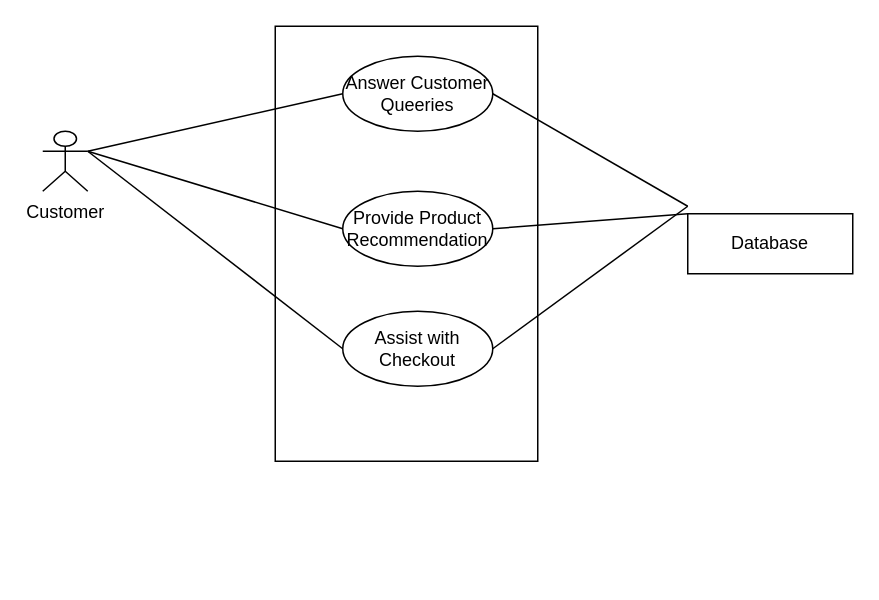
Before: Software-Requirement-Specification/Use-Case-Diagrams/Level-1.6.drawio in fiercePanda007/SPL2-EcommerceWebApp, a draw.io diagram. Source tidied: cells renumbered, new cells numbered last; positions are measured from the earlier drawing's top-left corner, leaving out a move shared by most shapes. Both pictures are drawn from the tidied source at 150%, with x=0, y=0 at pixel (42, 26).
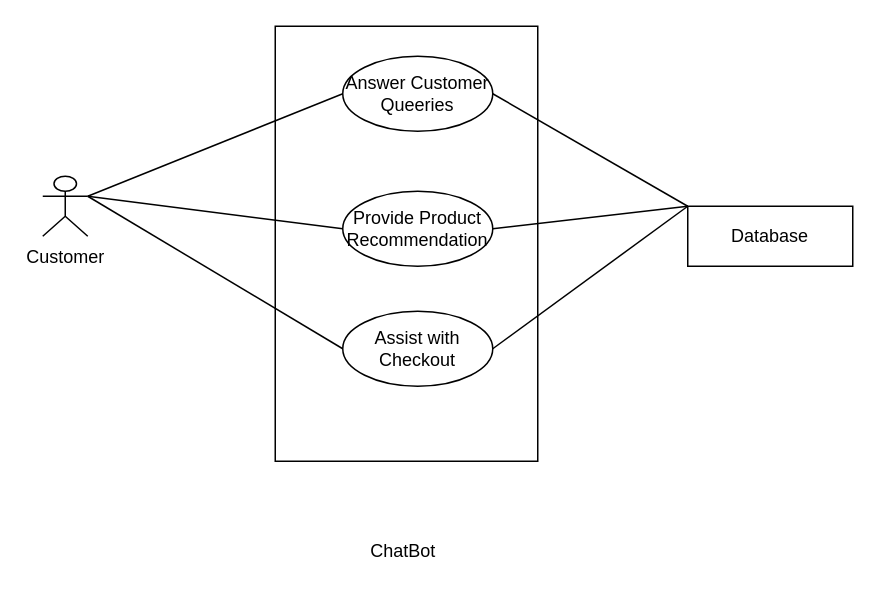
Above is the later version.

Diff of the diagram source:
```diff
@@
 <mxGraphModel>
   <root>
     <mxCell id="0" />
     <mxCell id="1" parent="0" />
     <mxCell id="2" style="rounded=0;whiteSpace=wrap;html=1;" parent="1" vertex="1">
       <mxGeometry x="155" width="175" height="290" as="geometry" />
     </mxCell>
     <mxCell id="3" style="edgeStyle=none;html=1;exitX=1;exitY=0.5;exitDx=0;exitDy=0;endArrow=none;endFill=0;" parent="1" edge="1" source="4">
       <mxGeometry relative="1" as="geometry">
         <mxPoint x="430" y="120" as="targetPoint" />
       </mxGeometry>
     </mxCell>
     <mxCell id="4" value="Answer Customer Queeries" style="ellipse;whiteSpace=wrap;html=1;" parent="1" vertex="1">
       <mxGeometry x="200" y="20" width="100" height="50" as="geometry" />
     </mxCell>
     <mxCell id="5" style="edgeStyle=none;html=1;exitX=1;exitY=0.5;exitDx=0;exitDy=0;entryX=0;entryY=0;entryDx=0;entryDy=0;endArrow=none;endFill=0;" parent="1" edge="1" source="6" target="13">
       <mxGeometry relative="1" as="geometry" />
     </mxCell>
     <mxCell id="6" value="Provide Product Recommendation" style="ellipse;whiteSpace=wrap;html=1;" parent="1" vertex="1">
       <mxGeometry x="200" y="110" width="100" height="50" as="geometry" />
     </mxCell>
     <mxCell id="7" style="edgeStyle=none;html=1;exitX=1;exitY=0.5;exitDx=0;exitDy=0;endArrow=none;endFill=0;" parent="1" edge="1" source="8">
       <mxGeometry relative="1" as="geometry">
         <mxPoint x="430" y="120" as="targetPoint" />
       </mxGeometry>
     </mxCell>
     <mxCell id="8" value="Assist with Checkout" style="ellipse;whiteSpace=wrap;html=1;" parent="1" vertex="1">
       <mxGeometry x="200" y="190" width="100" height="50" as="geometry" />
     </mxCell>
     <mxCell id="9" style="edgeStyle=none;html=1;exitX=1;exitY=0.3333333333333333;exitDx=0;exitDy=0;exitPerimeter=0;entryX=0;entryY=0.5;entryDx=0;entryDy=0;endArrow=none;endFill=0;" parent="1" edge="1" source="12" target="4">
       <mxGeometry relative="1" as="geometry" />
     </mxCell>
     <mxCell id="10" style="edgeStyle=none;html=1;exitX=1;exitY=0.3333333333333333;exitDx=0;exitDy=0;exitPerimeter=0;entryX=0;entryY=0.5;entryDx=0;entryDy=0;endArrow=none;endFill=0;" parent="1" edge="1" source="12" target="6">
       <mxGeometry relative="1" as="geometry" />
     </mxCell>
     <mxCell id="11" style="edgeStyle=none;html=1;exitX=1;exitY=0.3333333333333333;exitDx=0;exitDy=0;exitPerimeter=0;entryX=0;entryY=0.5;entryDx=0;entryDy=0;endArrow=none;endFill=0;" parent="1" edge="1" source="12" target="8">
       <mxGeometry relative="1" as="geometry" />
     </mxCell>
     <mxCell id="12" value="Customer" style="shape=umlActor;verticalLabelPosition=bottom;verticalAlign=top;html=1;outlineConnect=0;" parent="1" vertex="1">
-      <mxGeometry y="70" width="30" height="40" as="geometry" />
+      <mxGeometry y="100" width="30" height="40" as="geometry" />
     </mxCell>
     <mxCell id="13" value="Database" style="rounded=0;whiteSpace=wrap;html=1;" parent="1" vertex="1">
-      <mxGeometry x="430" y="125" width="110" height="40" as="geometry" />
+      <mxGeometry x="430" y="120" width="110" height="40" as="geometry" />
     </mxCell>
+    <mxCell id="14" value="ChatBot" style="text;html=1;align=center;verticalAlign=middle;strokeColor=none;fillColor=none;" parent="1" vertex="1">
+      <mxGeometry x="205" y="335" width="70" height="30" as="geometry" />
+    </mxCell>
   </root>
 </mxGraphModel>
```
